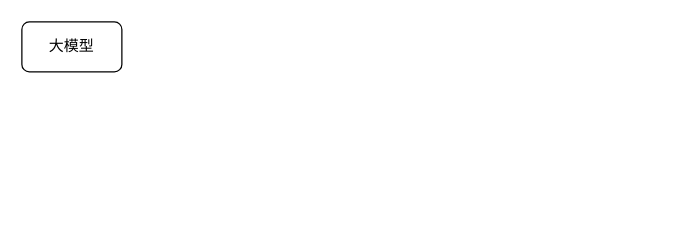
Earlier version of the draw.io diagram Demo.drawio (yanhanfrontend/draw.io.workspace). Source tidied: cells renumbered, new cells numbered last; positions are measured from the earlier drawing's top-left corner, leaving out a move shared by most shapes. Both pictures are drawn from the tidied source at 125%, with x=0, y=0 at pixel (21, 21).
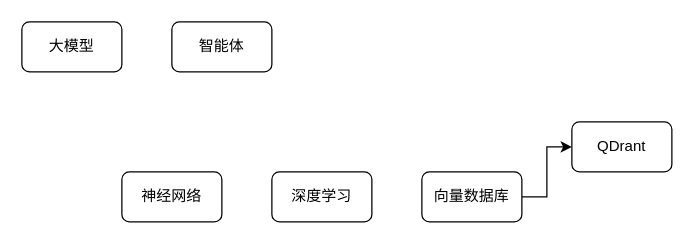
After the change.

Diff of the diagram source:
```diff
@@
 <mxGraphModel>
   <root>
     <mxCell id="0" />
     <mxCell id="1" parent="0" />
     <mxCell id="2" value="大模型" style="rounded=1;whiteSpace=wrap;html=1;fontSize=12;glass=0;strokeWidth=1;shadow=0;" parent="1" vertex="1">
       <mxGeometry width="80" height="40" as="geometry" />
     </mxCell>
+    <mxCell id="3" value="智能体" style="rounded=1;whiteSpace=wrap;html=1;fontSize=12;glass=0;strokeWidth=1;shadow=0;" parent="1" vertex="1">
+      <mxGeometry x="120" width="80" height="40" as="geometry" />
+    </mxCell>
+    <mxCell id="4" value="神经网络" style="rounded=1;whiteSpace=wrap;html=1;fontSize=12;glass=0;strokeWidth=1;shadow=0;" parent="1" vertex="1">
+      <mxGeometry x="80" y="120" width="80" height="40" as="geometry" />
+    </mxCell>
+    <mxCell id="5" value="深度学习" style="rounded=1;whiteSpace=wrap;html=1;fontSize=12;glass=0;strokeWidth=1;shadow=0;" parent="1" vertex="1">
+      <mxGeometry x="200" y="120" width="80" height="40" as="geometry" />
+    </mxCell>
+    <mxCell id="6" style="edgeStyle=orthogonalEdgeStyle;rounded=0;jettySize=auto;html=1;exitX=1;exitY=0.5;exitDx=0;exitDy=0;entryX=0;entryY=0.5;entryDx=0;entryDy=0;" parent="1" edge="1" source="7" target="8">
+      <mxGeometry relative="1" as="geometry" />
+    </mxCell>
+    <mxCell id="7" value="向量数据库" style="rounded=1;whiteSpace=wrap;html=1;fontSize=12;glass=0;strokeWidth=1;shadow=0;" parent="1" vertex="1">
+      <mxGeometry x="320" y="120" width="80" height="40" as="geometry" />
+    </mxCell>
+    <mxCell id="8" value="QDrant" style="rounded=1;whiteSpace=wrap;html=1;fontSize=12;glass=0;strokeWidth=1;shadow=0;" parent="1" vertex="1">
+      <mxGeometry x="440" y="80" width="80" height="40" as="geometry" />
+    </mxCell>
   </root>
 </mxGraphModel>
```
